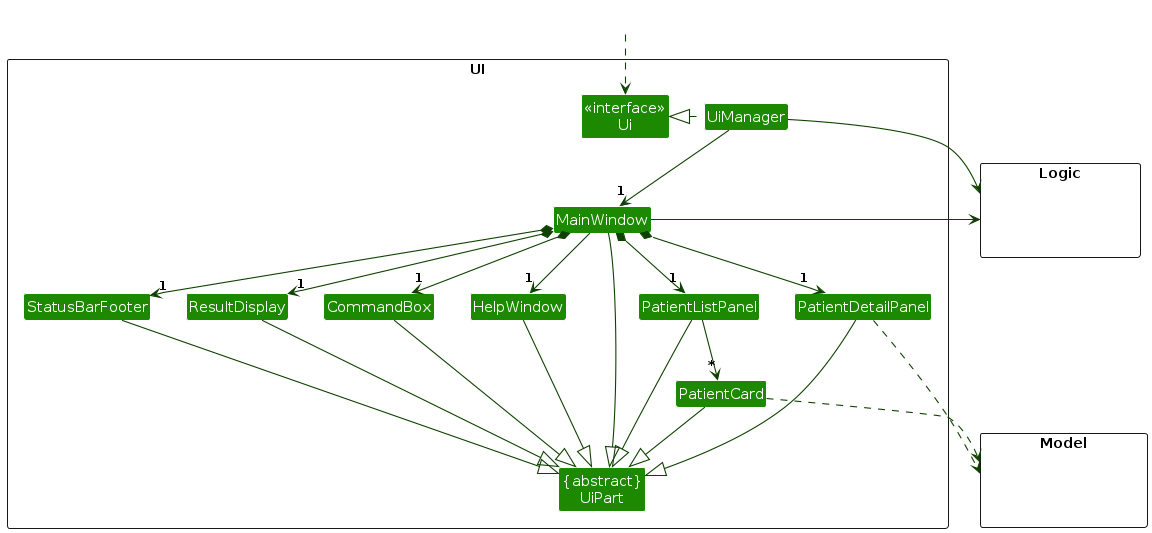
The PlantUML diagram diagrams/UiClassDiagram.png in AY2627S1-CS2103T-W08-1/tp, before a commit. Its source is kept beside it as diagrams/UiClassDiagram.puml.
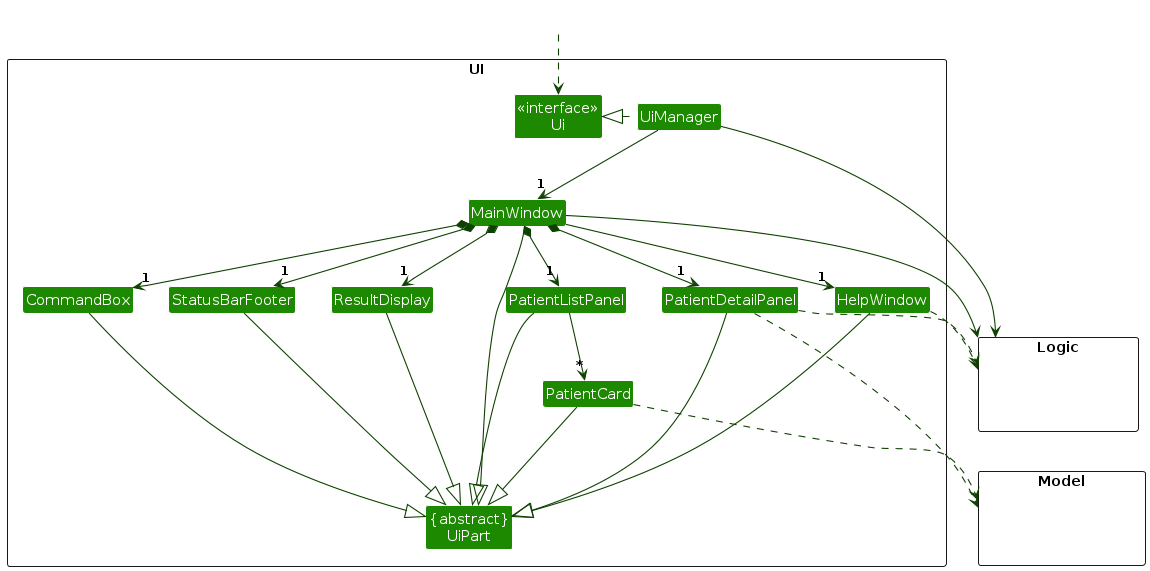
The same file after the commit.

Diff of the diagram source:
```diff
@@ -52,6 +52,8 @@
 
 PatientCard ..> Model
 PatientDetailPanel ..> Model
+PatientDetailPanel ..> Logic
+HelpWindow ..> Logic
 UiManager -right-> Logic
 MainWindow -left-> Logic
 
```
